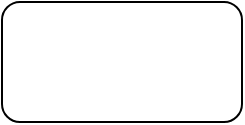
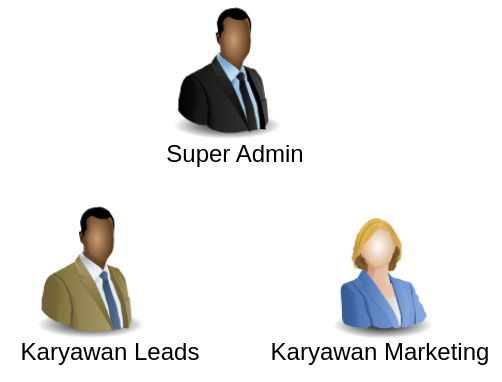
<mxfile host="app.diagrams.net">
  <diagram name="Halaman-1" id="0QB2oCa5XzJRgg4Gkf54">
    <mxGraphModel dx="934" dy="644" grid="1" gridSize="10" guides="1" tooltips="1" connect="1" arrows="1" fold="1" page="1" pageScale="1" pageWidth="827" pageHeight="1169" math="0" shadow="0">
      <root>
        <mxCell id="0" />
        <mxCell id="1" parent="0" />
-         <mxCell id="cNbU6R3lthvhGz7reHAV-1" parent="1" style="rounded=1;whiteSpace=wrap;html=1;" value="" vertex="1">
-           <mxGeometry height="60" width="120" x="350" y="300" as="geometry" />
+         <mxCell id="UAH4mmzRO1UvkuYt4SRG-5" parent="1" style="image;html=1;image=img/lib/clip_art/people/Suit_Man_Black_128x128.png" value="" vertex="1">
+           <mxGeometry height="72.38095238095238" width="68.37606837606837" x="369.05982905982904" y="40" as="geometry" />
+         </mxCell>
+         <mxCell id="UAH4mmzRO1UvkuYt4SRG-6" parent="1" style="image;html=1;image=img/lib/clip_art/people/Suit_Woman_Blue_128x128.png" value="" vertex="1">
+           <mxGeometry height="72.38095238095238" width="68.37606837606837" x="445.982905982906" y="139.52380952380952" as="geometry" />
+         </mxCell>
+         <mxCell id="UAH4mmzRO1UvkuYt4SRG-8" parent="1" style="image;html=1;image=img/lib/clip_art/people/Suit_Man_Green_Black_128x128.png" value="" vertex="1">
+           <mxGeometry height="72.38095238095238" width="68.37606837606837" x="300.6837606837607" y="139.52380952380952" as="geometry" />
+         </mxCell>
+         <mxCell id="UAH4mmzRO1UvkuYt4SRG-9" parent="1" style="text;html=1;whiteSpace=wrap;strokeColor=none;fillColor=none;align=center;verticalAlign=middle;rounded=0;" value="Super Admin" vertex="1">
+           <mxGeometry height="27.142857142857142" width="76.92307692307692" x="369.05982905982904" y="103.33333333333334" as="geometry" />
+         </mxCell>
+         <mxCell id="UAH4mmzRO1UvkuYt4SRG-10" parent="1" style="text;html=1;whiteSpace=wrap;strokeColor=none;fillColor=none;align=center;verticalAlign=middle;rounded=0;" value="Karyawan Leads" vertex="1">
+           <mxGeometry height="27.14" width="110" x="290" y="202.86" as="geometry" />
+         </mxCell>
+         <mxCell id="UAH4mmzRO1UvkuYt4SRG-11" parent="1" style="text;html=1;whiteSpace=wrap;strokeColor=none;fillColor=none;align=center;verticalAlign=middle;rounded=0;" value="Karyawan Marketing" vertex="1">
+           <mxGeometry height="27.14" width="120" x="420" y="202.86" as="geometry" />
        </mxCell>
      </root>
    </mxGraphModel>
  </diagram>
</mxfile>
